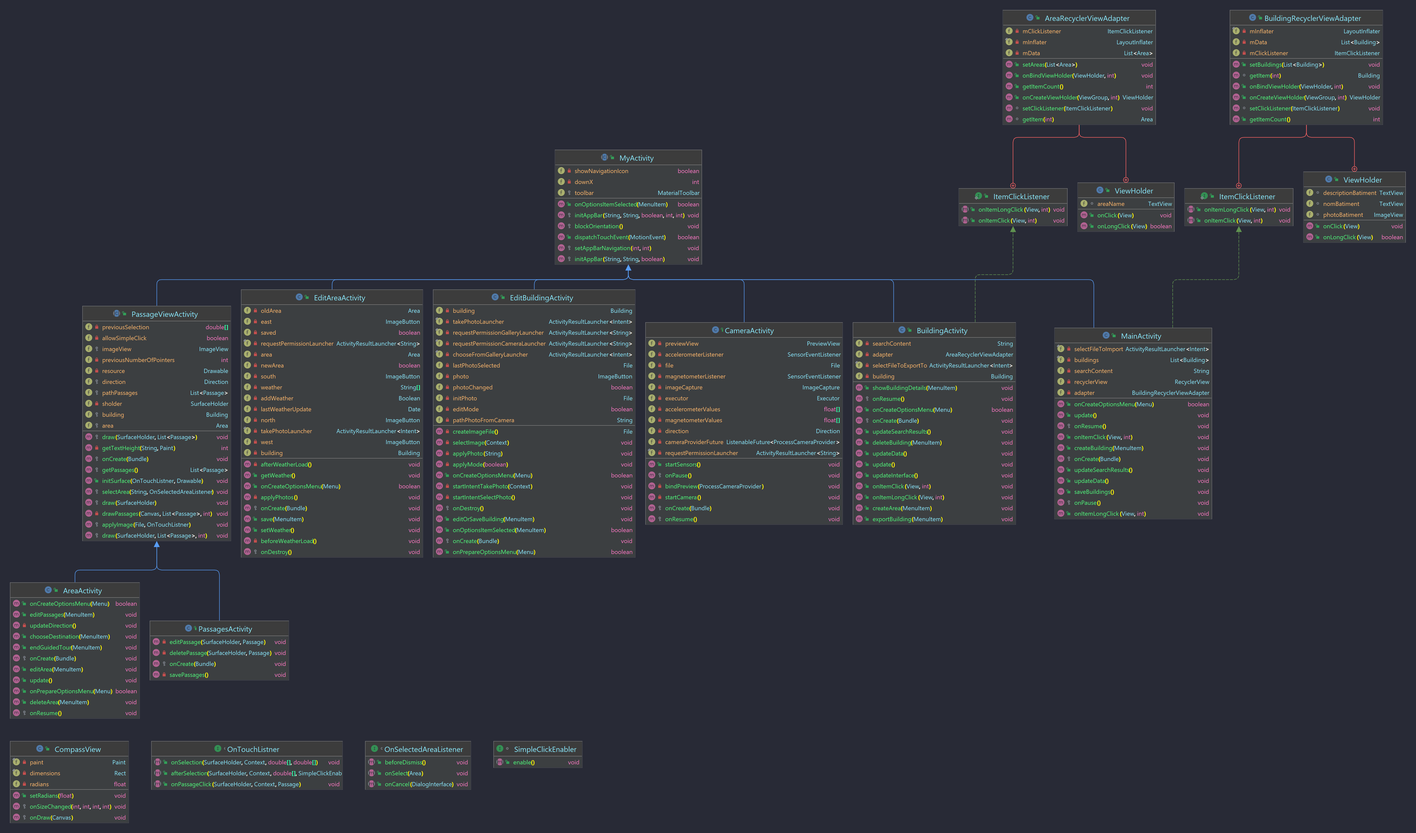
Earlier version of the PlantUML export conception/diag_c_activities_generated.png (ActxLeToucan/fst_l3_devmobile_roomview). Its source is kept beside it as conception/diag_c_activities_generated.puml.
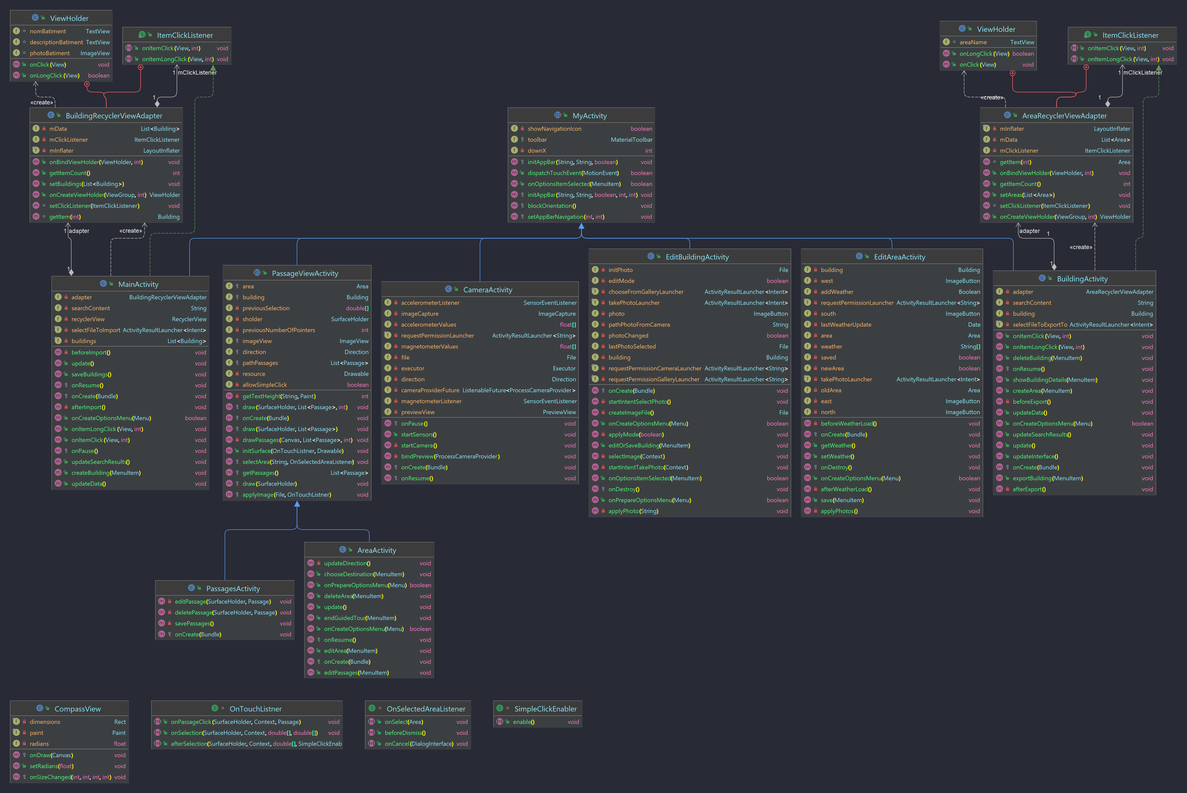
After the commit.

Commit message:
diagrammes apres commit précédent

Change to the diagram source:
```diff
@@ -5,235 +5,247 @@
 skinparam linetype ortho
 
 class AreaActivity {
-  + onCreateOptionsMenu(Menu): boolean
-  + editPassages(MenuItem): void
   - updateDirection(): void
   + chooseDestination(MenuItem): void
-  + endGuidedTour(MenuItem): void
-  # onCreate(Bundle): void
-  + editArea(MenuItem): void
-  + update(): void
   + onPrepareOptionsMenu(Menu): boolean
   + deleteArea(MenuItem): void
+  + update(): void
+  + endGuidedTour(MenuItem): void
+  + onCreateOptionsMenu(Menu): boolean
   # onResume(): void
+  + editArea(MenuItem): void
+  # onCreate(Bundle): void
+  + editPassages(MenuItem): void
 }
 class AreaRecyclerViewAdapter {
+  - mInflater: LayoutInflater
+  - mData: List<Area>
+  - mClickListener: ItemClickListener
+  ~ getItem(int): Area
+  + onBindViewHolder(ViewHolder, int): void
+  + getItemCount(): int
+  + setAreas(List<Area>): void
+  ~ setClickListener(ItemClickListener): void
+  + onCreateViewHolder(ViewGroup, int): ViewHolder
+}
+class BuildingActivity {
+  - adapter: AreaRecyclerViewAdapter
+  - searchContent: String
+  - building: Building
+  - selectFileToExportTo: ActivityResultLauncher<Intent>
+  + onItemClick(View, int): void
+  + onItemLongClick(View, int): void
+  + deleteBuilding(MenuItem): void
+  # onResume(): void
+  + showBuildingDetails(MenuItem): void
+  + createArea(MenuItem): void
+  - beforeExport(): void
+  + updateData(): void
+  + onCreateOptionsMenu(Menu): boolean
+  + updateSearchResults(): void
+  + update(): void
+  + updateInterface(): void
+  # onCreate(Bundle): void
+  + exportBuilding(MenuItem): void
+  - afterExport(): void
+}
+class BuildingRecyclerViewAdapter {
+  - mData: List<Building>
   - mClickListener: ItemClickListener
   - mInflater: LayoutInflater
-  - mData: List<Area>
-  + setAreas(List<Area>): void
   + onBindViewHolder(ViewHolder, int): void
   + getItemCount(): int
+  + setBuildings(List<Building>): void
   + onCreateViewHolder(ViewGroup, int): ViewHolder
   ~ setClickListener(ItemClickListener): void
-  ~ getItem(int): Area
-}
-class BuildingActivity {
-  - searchContent: String
-  - adapter: AreaRecyclerViewAdapter
-  - selectFileToExportTo: ActivityResultLauncher<Intent>
-  - building: Building
-  + showBuildingDetails(MenuItem): void
-  # onResume(): void
-  + onCreateOptionsMenu(Menu): boolean
-  # onCreate(Bundle): void
-  + updateSearchResults(): void
-  + deleteBuilding(MenuItem): void
-  + updateData(): void
-  + update(): void
-  + updateInterface(): void
-  + onItemClick(View, int): void
-  + onItemLongClick(View, int): void
-  + createArea(MenuItem): void
-  + exportBuilding(MenuItem): void
-}
-class BuildingRecyclerViewAdapter {
-  - mInflater: LayoutInflater
-  - mData: List<Building>
-  - mClickListener: ItemClickListener
-  + setBuildings(List<Building>): void
   ~ getItem(int): Building
-  + onBindViewHolder(ViewHolder, int): void
-  + onCreateViewHolder(ViewGroup, int): ViewHolder
-  ~ setClickListener(ItemClickListener): void
-  + getItemCount(): int
 }
 class CameraActivity {
-  - previewView: PreviewView
   - accelerometerListener: SensorEventListener
+  - imageCapture: ImageCapture
+  - accelerometerValues: float[]
+  - requestPermissionLauncher: ActivityResultLauncher<String>
+  - magnetometerValues: float[]
   - file: File
-  - magnetometerListener: SensorEventListener
-  - imageCapture: ImageCapture
   - executor: Executor
-  - accelerometerValues: float[]
-  - magnetometerValues: float[]
   - direction: Direction
   - cameraProviderFuture: ListenableFuture<ProcessCameraProvider>
-  - requestPermissionLauncher: ActivityResultLauncher<String>
+  - magnetometerListener: SensorEventListener
+  - previewView: PreviewView
+  # onPause(): void
   + startSensors(): void
-  # onPause(): void
+  - startCamera(): void
   - bindPreview(ProcessCameraProvider): void
-  - startCamera(): void
   # onCreate(Bundle): void
   # onResume(): void
 }
 class CompassView {
+  - dimensions: Rect
   - paint: Paint
-  - dimensions: Rect
   - radians: float
+  # onDraw(Canvas): void
   + setRadians(float): void
   # onSizeChanged(int, int, int, int): void
-  # onDraw(Canvas): void
 }
 class EditAreaActivity {
+  - building: Building
+  - west: ImageButton
+  - addWeather: Boolean
+  - requestPermissionLauncher: ActivityResultLauncher<String>
+  - south: ImageButton
+  - lastWeatherUpdate: Date
+  - area: Area
+  - weather: String[]
+  - saved: boolean
+  - newArea: boolean
+  - takePhotoLauncher: ActivityResultLauncher<Intent>
   - oldArea: Area
   - east: ImageButton
-  - saved: boolean
-  - requestPermissionLauncher: ActivityResultLauncher<String>
-  - area: Area
-  - newArea: boolean
-  - south: ImageButton
-  - weather: String[]
-  - addWeather: Boolean
-  - lastWeatherUpdate: Date
   - north: ImageButton
-  - takePhotoLauncher: ActivityResultLauncher<Intent>
-  - west: ImageButton
-  - building: Building
+  - beforeWeatherLoad(): void
+  # onCreate(Bundle): void
+  + getWeather(): void
+  + setWeather(): void
+  # onDestroy(): void
+  + onCreateOptionsMenu(Menu): boolean
   - afterWeatherLoad(): void
-  + getWeather(): void
-  + onCreateOptionsMenu(Menu): boolean
+  + save(MenuItem): void
   - applyPhotos(): void
-  # onCreate(Bundle): void
-  + save(MenuItem): void
-  + setWeather(): void
-  - beforeWeatherLoad(): void
-  # onDestroy(): void
 }
 class EditBuildingActivity {
-  - building: Building
-  - takePhotoLauncher: ActivityResultLauncher<Intent>
-  - requestPermissionGalleryLauncher: ActivityResultLauncher<String>
-  - requestPermissionCameraLauncher: ActivityResultLauncher<String>
-  - chooseFromGalleryLauncher: ActivityResultLauncher<Intent>
-  - lastPhotoSelected: File
-  - photo: ImageButton
-  - photoChanged: boolean
   - initPhoto: File
   - editMode: boolean
+  - chooseFromGalleryLauncher: ActivityResultLauncher<Intent>
+  - takePhotoLauncher: ActivityResultLauncher<Intent>
+  - photo: ImageButton
   - pathPhotoFromCamera: String
+  - photoChanged: boolean
+  - lastPhotoSelected: File
+  - building: Building
+  - requestPermissionCameraLauncher: ActivityResultLauncher<String>
+  - requestPermissionGalleryLauncher: ActivityResultLauncher<String>
+  # onCreate(Bundle): void
+  - startIntentSelectPhoto(): void
   - createImageFile(): File
+  + onCreateOptionsMenu(Menu): boolean
+  - applyMode(boolean): void
+  + editOrSaveBuilding(MenuItem): void
   - selectImage(Context): void
+  - startIntentTakePhoto(Context): void
+  + onOptionsItemSelected(MenuItem): boolean
+  # onDestroy(): void
+  + onPrepareOptionsMenu(Menu): boolean
   - applyPhoto(String): void
-  - applyMode(boolean): void
-  + onCreateOptionsMenu(Menu): boolean
-  - startIntentTakePhoto(Context): void
-  - startIntentSelectPhoto(): void
-  # onDestroy(): void
-  + editOrSaveBuilding(MenuItem): void
-  + onOptionsItemSelected(MenuItem): boolean
-  # onCreate(Bundle): void
-  + onPrepareOptionsMenu(Menu): boolean
 }
 interface ItemClickListener << interface >> {
+  + onItemClick(View, int): void
+  + onItemLongClick(View, int): void
+}
+interface ItemClickListener << interface >> {
+  + onItemClick(View, int): void
+  + onItemLongClick(View, int): void
+}
+class MainActivity {
+  - adapter: BuildingRecyclerViewAdapter
+  - searchContent: String
+  - recyclerView: RecyclerView
+  - selectFileToImport: ActivityResultLauncher<Intent>
+  - buildings: List<Building>
+  - beforeImport(): void
+  + update(): void
+  + saveBuildings(): void
+  # onResume(): void
+  # onCreate(Bundle): void
+  - afterImport(): void
+  + onCreateOptionsMenu(Menu): boolean
   + onItemLongClick(View, int): void
   + onItemClick(View, int): void
-}
-interface ItemClickListener << interface >> {
-  + onItemLongClick(View, int): void
-  + onItemClick(View, int): void
-}
-class MainActivity {
-  - selectFileToImport: ActivityResultLauncher<Intent>
-  - buildings: List<Building>
-  - searchContent: String
-  - recyclerView: RecyclerView
-  - adapter: BuildingRecyclerViewAdapter
-  + onCreateOptionsMenu(Menu): boolean
-  + update(): void
-  # onResume(): void
-  + onItemClick(View, int): void
+  # onPause(): void
+  + updateSearchResults(): void
   + createBuilding(MenuItem): void
-  # onCreate(Bundle): void
-  + updateSearchResults(): void
   + updateData(): void
-  + saveBuildings(): void
-  # onPause(): void
-  + onItemLongClick(View, int): void
 }
 class MyActivity {
   - showNavigationIcon: boolean
+  # toolbar: MaterialToolbar
   - downX: int
-  # toolbar: MaterialToolbar
+  # initAppBar(String, String, boolean): void
+  + dispatchTouchEvent(MotionEvent): boolean
   + onOptionsItemSelected(MenuItem): boolean
   # initAppBar(String, String, boolean, int, int): void
   # blockOrientation(): void
-  + dispatchTouchEvent(MotionEvent): boolean
   # setAppBarNavigation(int, int): void
-  # initAppBar(String, String, boolean): void
 }
 interface OnSelectedAreaListener << interface >> {
+  + onSelect(Area): void
   + beforeDismiss(): void
-  + onSelect(Area): void
   + onCancel(DialogInterface): void
 }
 interface OnTouchListner << interface >> {
+  + onPassageClick(SurfaceHolder, Context, Passage): void
   + onSelection(SurfaceHolder, Context, double[], double[]): void
   + afterSelection(SurfaceHolder, Context, double[], SimpleClickEnabler): void
-  + onPassageClick(SurfaceHolder, Context, Passage): void
 }
 class PassageViewActivity {
+  # area: Area
+  # building: Building
   - previousSelection: double[]
-  - allowSimpleClick: boolean
+  - sholder: SurfaceHolder
+  - previousNumberOfPointers: int
   # imageView: ImageView
-  - previousNumberOfPointers: int
-  - resource: Drawable
   # direction: Direction
   # pathPassages: List<Passage>
-  - sholder: SurfaceHolder
-  # building: Building
-  # area: Area
+  - resource: Drawable
+  - allowSimpleClick: boolean
+  - getTextHeight(String, Paint): int
+  # draw(SurfaceHolder, List<Passage>, int): void
+  # onCreate(Bundle): void
   # draw(SurfaceHolder, List<Passage>): void
-  - getTextHeight(String, Paint): int
-  # onCreate(Bundle): void
-  # getPassages(): List<Passage>
+  - drawPassages(Canvas, List<Passage>, int): void
   + initSurface(OnTouchListner, Drawable): void
   # selectArea(String, OnSelectedAreaListener): void
+  # getPassages(): List<Passage>
   # draw(SurfaceHolder): void
-  - drawPassages(Canvas, List<Passage>, int): void
   # applyImage(File, OnTouchListner): void
-  # draw(SurfaceHolder, List<Passage>, int): void
 }
 class PassagesActivity {
   - editPassage(SurfaceHolder, Passage): void
   - deletePassage(SurfaceHolder, Passage): void
+  - savePassages(): void
   # onCreate(Bundle): void
-  - savePassages(): void
 }
 interface SimpleClickEnabler << interface >> {
   + enable(): void
 }
 class ViewHolder {
   ~ areaName: TextView
+  + onLongClick(View): boolean
   + onClick(View): void
-  + onLongClick(View): boolean
 }
 class ViewHolder {
+  ~ nomBatiment: TextView
   ~ descriptionBatiment: TextView
-  ~ nomBatiment: TextView
   ~ photoBatiment: ImageView
   + onClick(View): void
   + onLongClick(View): boolean
 }
 
 AreaActivity                 -[#000082,plain]-^  PassageViewActivity
+AreaRecyclerViewAdapter     "1" *-[#595959,plain]-> "mClickListener\n1" ItemClickListener
+AreaRecyclerViewAdapter      -[#595959,dashed]->  ViewHolder                  : "«create»"
+BuildingActivity             -[#595959,dashed]->  AreaRecyclerViewAdapter     : "«create»"
+BuildingActivity            "1" *-[#595959,plain]-> "adapter\n1" AreaRecyclerViewAdapter
 BuildingActivity             -[#008200,dashed]-^  ItemClickListener
 BuildingActivity             -[#000082,plain]-^  MyActivity
+BuildingRecyclerViewAdapter "1" *-[#595959,plain]-> "mClickListener\n1" ItemClickListener
+BuildingRecyclerViewAdapter  -[#595959,dashed]->  ViewHolder                  : "«create»"
 CameraActivity               -[#000082,plain]-^  MyActivity
 EditAreaActivity             -[#000082,plain]-^  MyActivity
 EditBuildingActivity         -[#000082,plain]-^  MyActivity
 ItemClickListener            +-[#820000,plain]-  AreaRecyclerViewAdapter
 ItemClickListener            +-[#820000,plain]-  BuildingRecyclerViewAdapter
+MainActivity                "1" *-[#595959,plain]-> "adapter\n1" BuildingRecyclerViewAdapter
+MainActivity                 -[#595959,dashed]->  BuildingRecyclerViewAdapter : "«create»"
 MainActivity                 -[#008200,dashed]-^  ItemClickListener
 MainActivity                 -[#000082,plain]-^  MyActivity
 PassageViewActivity          -[#000082,plain]-^  MyActivity
```
